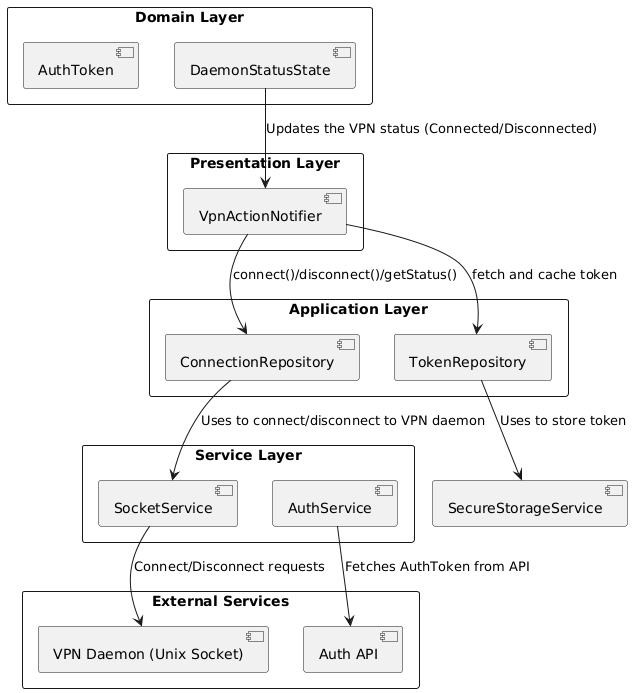
CuriousDev21/ZTClient-Flutter keeps this PlantUML diagram as diagrams/component-diagram.png. Above is the earlier version. Source of this version:
```plantuml
@startuml
!define RECTANGLE RECTANGLE

RECTANGLE "Presentation Layer" {
  [VpnActionNotifier]
}

RECTANGLE "Application Layer" {
  [ConnectionRepository]
  [TokenRepository]
}

RECTANGLE "Domain Layer" {
  [DaemonStatusState]
  [AuthToken]
}

RECTANGLE "Service Layer" {
  [SocketService]
  [AuthService]
}

RECTANGLE "External Services" {
  [VPN Daemon (Unix Socket)]
  [Auth API]
}

[VpnActionNotifier] --> [ConnectionRepository] : connect()/disconnect()/getStatus()
[VpnActionNotifier] --> [TokenRepository] : fetch and cache token

[ConnectionRepository] --> [SocketService] : Uses to connect/disconnect to VPN daemon
[TokenRepository] --> [SecureStorageService] : Uses to store token

[SocketService] --> [VPN Daemon (Unix Socket)] : Connect/Disconnect requests
[AuthService] --> [Auth API] : Fetches AuthToken from API

[DaemonStatusState] --> [VpnActionNotifier] : Updates the VPN status (Connected/Disconnected)
@enduml
```
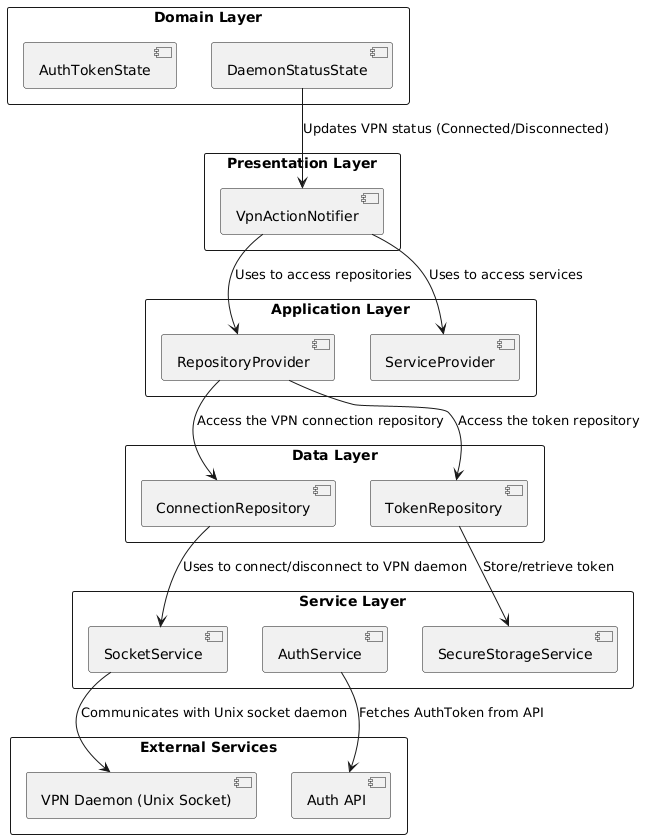
Later version of the same file.

What changed in the source:
```diff
@@ -6,18 +6,24 @@
 }
 
 RECTANGLE "Application Layer" {
+  [RepositoryProvider]
+  [ServiceProvider]
+}
+
+RECTANGLE "Data Layer" {
   [ConnectionRepository]
   [TokenRepository]
 }
 
 RECTANGLE "Domain Layer" {
   [DaemonStatusState]
-  [AuthToken]
+  [AuthTokenState]
 }
 
 RECTANGLE "Service Layer" {
   [SocketService]
   [AuthService]
+  [SecureStorageService]
 }
 
 RECTANGLE "External Services" {
@@ -25,14 +31,17 @@
   [Auth API]
 }
 
-[VpnActionNotifier] --> [ConnectionRepository] : connect()/disconnect()/getStatus()
-[VpnActionNotifier] --> [TokenRepository] : fetch and cache token
+[VpnActionNotifier] --> [RepositoryProvider] : Uses to access repositories
+[VpnActionNotifier] --> [ServiceProvider] : Uses to access services
+
+[RepositoryProvider] --> [ConnectionRepository] : Access the VPN connection repository
+[RepositoryProvider] --> [TokenRepository] : Access the token repository
 
 [ConnectionRepository] --> [SocketService] : Uses to connect/disconnect to VPN daemon
-[TokenRepository] --> [SecureStorageService] : Uses to store token
+[TokenRepository] --> [SecureStorageService] : Store/retrieve token
 
-[SocketService] --> [VPN Daemon (Unix Socket)] : Connect/Disconnect requests
+[SocketService] --> [VPN Daemon (Unix Socket)] : Communicates with Unix socket daemon
 [AuthService] --> [Auth API] : Fetches AuthToken from API
 
-[DaemonStatusState] --> [VpnActionNotifier] : Updates the VPN status (Connected/Disconnected)
+[DaemonStatusState] --> [VpnActionNotifier] : Updates VPN status (Connected/Disconnected)
 @enduml
```
